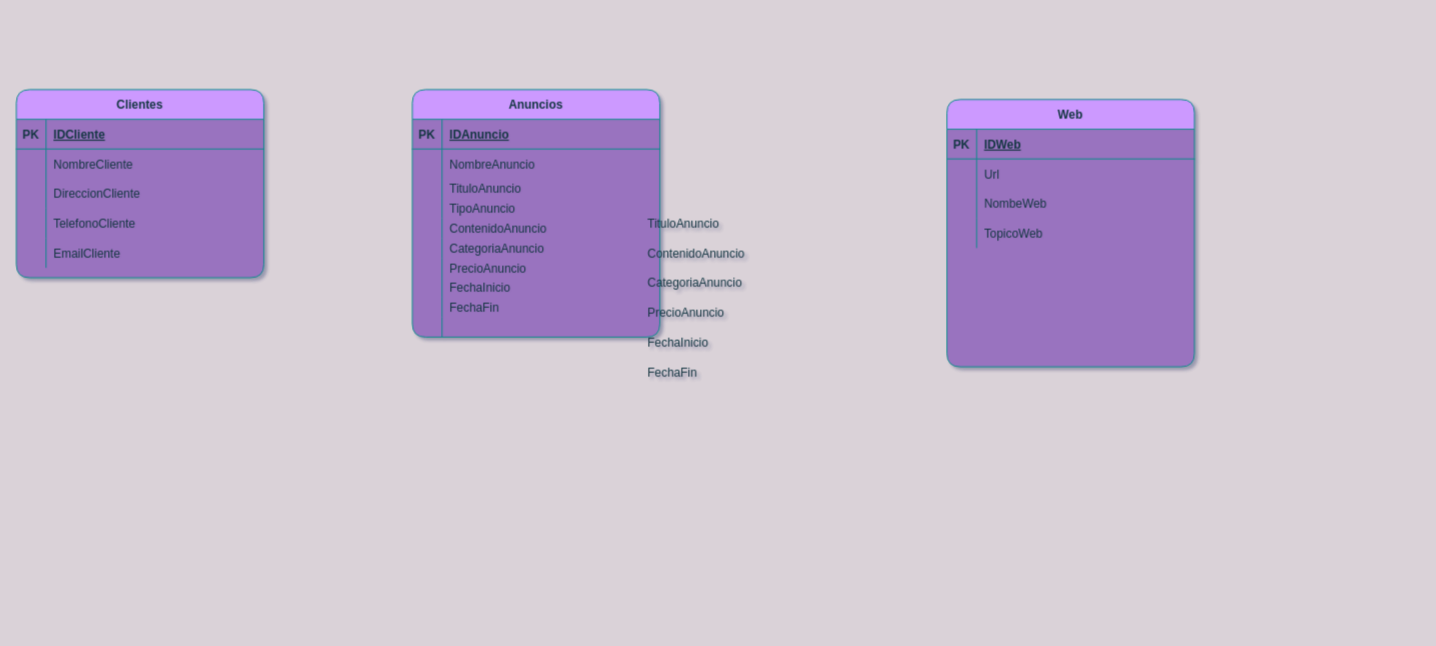
This is bases de datos/agencia web.drawio from Krono159/bases-de-datos, a draw.io file, before an edit. Source tidied: cells renumbered, new cells numbered last; positions are measured from the earlier drawing's top-left corner, leaving out a move shared by most shapes. Both pictures are drawn from the tidied source at 99%, with x=0, y=0 at pixel (16, 89).
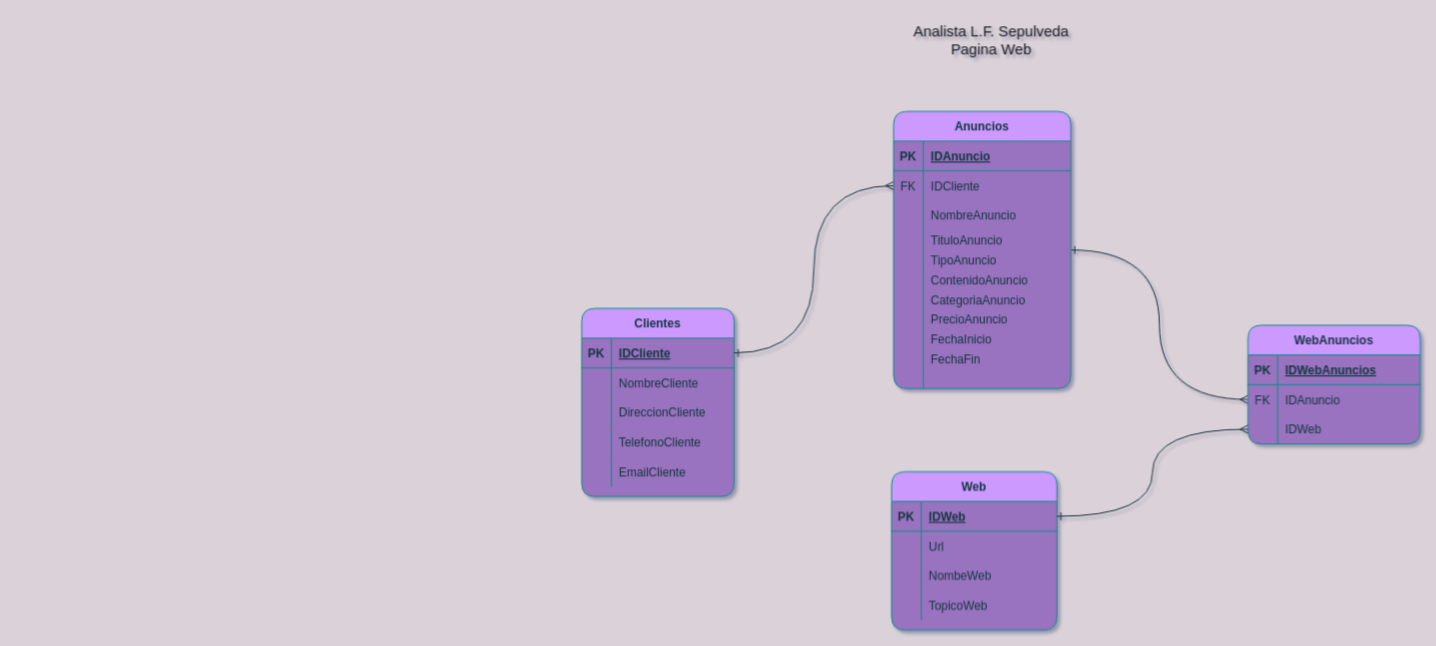
The same page after the edit.

What changed in the source:
```diff
@@
+    <mxCell id="68" style="edgeStyle=orthogonalEdgeStyle;curved=1;rounded=1;jettySize=auto;html=1;fontColor=#1A1A1A;startArrow=ERone;startFill=0;endArrow=ERmany;endFill=0;strokeColor=#182E3E;entryX=0;entryY=0.5;entryDx=0;entryDy=0;" parent="1" edge="1" source="2" target="77">
+      <mxGeometry relative="1" as="geometry" />
+    </mxCell>
     <mxCell id="2" value="Anuncios" style="shape=table;startSize=30;childLayout=tableLayout;rowLines=0;fontStyle=1;align=center;fillColor=#CC99FF;strokeColor=#0F8B8D;fontColor=#143642;rounded=1;gradientDirection=north;swimlaneFillColor=#9973BF;" parent="1" vertex="1">
-      <mxGeometry x="400" width="250" height="250" as="geometry" />
+      <mxGeometry x="886" y="22" width="179" height="280" as="geometry" />
     </mxCell>
     <mxCell id="3" style="shape=partialRectangle;fillColor=none;top=0;left=0;right=0;bottom=1;strokeColor=#0F8B8D;fontColor=#143642;rounded=1;" parent="2" vertex="1">
-      <mxGeometry y="30" width="250" height="30" as="geometry" />
+      <mxGeometry y="30" width="179" height="30" as="geometry" />
     </mxCell>
@@
     <mxCell id="5" value="IDAnuncio" style="shape=partialRectangle;overflow=hidden;fillColor=none;top=0;left=0;bottom=0;right=0;align=left;spacingLeft=6;fontStyle=5;strokeColor=#0F8B8D;fontColor=#143642;rounded=1;" parent="3" vertex="1">
-      <mxGeometry x="30" width="220" height="30" as="geometry" />
+      <mxGeometry x="30" width="149" height="30" as="geometry" />
     </mxCell>
     <mxCell id="6" style="shape=partialRectangle;fillColor=none;points=[[0,0.5],[1,0.5]];portConstraint=eastwest;top=0;left=0;right=0;bottom=0;strokeColor=#0F8B8D;fontColor=#143642;rounded=1;" parent="2" vertex="1">
-      <mxGeometry y="60" width="250" height="30" as="geometry" />
+      <mxGeometry y="60" width="179" height="30" as="geometry" />
     </mxCell>
-    <mxCell id="7" style="shape=partialRectangle;overflow=hidden;fillColor=none;top=0;left=0;bottom=0;right=0;strokeColor=#0F8B8D;fontColor=#143642;rounded=1;" parent="6" vertex="1">
+    <mxCell id="7" value="FK" style="shape=partialRectangle;overflow=hidden;fillColor=none;top=0;left=0;bottom=0;right=0;strokeColor=#0F8B8D;fontColor=#143642;rounded=1;" parent="6" vertex="1">
       <mxGeometry width="30" height="30" as="geometry" />
     </mxCell>
-    <mxCell id="8" value="NombreAnuncio" style="shape=partialRectangle;overflow=hidden;fillColor=none;top=0;left=0;bottom=0;right=0;align=left;spacingLeft=6;strokeColor=#0F8B8D;fontColor=#143642;rounded=1;" parent="6" vertex="1">
-      <mxGeometry x="30" width="220" height="30" as="geometry" />
+    <mxCell id="8" value="IDCliente" style="shape=partialRectangle;overflow=hidden;fillColor=none;top=0;left=0;bottom=0;right=0;align=left;spacingLeft=6;strokeColor=#0F8B8D;fontColor=#143642;rounded=1;" parent="6" vertex="1">
+      <mxGeometry x="30" width="149" height="30" as="geometry" />
     </mxCell>
+    <mxCell id="69" style="shape=partialRectangle;fillColor=none;top=0;left=0;right=0;bottom=0;strokeColor=#0F8B8D;fontColor=#143642;rounded=1;" parent="2" vertex="1">
+      <mxGeometry y="90" width="179" height="30" as="geometry" />
+    </mxCell>
+    <mxCell id="70" style="shape=partialRectangle;overflow=hidden;fillColor=none;top=0;left=0;bottom=0;right=0;strokeColor=#0F8B8D;fontColor=#143642;rounded=1;" parent="69" vertex="1">
+      <mxGeometry width="30" height="30" as="geometry" />
+    </mxCell>
+    <mxCell id="71" value="NombreAnuncio" style="shape=partialRectangle;overflow=hidden;fillColor=none;top=0;left=0;bottom=0;right=0;align=left;spacingLeft=6;strokeColor=#0F8B8D;fontColor=#143642;rounded=1;" parent="69" vertex="1">
+      <mxGeometry x="30" width="149" height="30" as="geometry" />
+    </mxCell>
     <mxCell id="9" style="shape=partialRectangle;fillColor=none;top=0;left=0;right=0;bottom=0;strokeColor=#0F8B8D;fontColor=#143642;rounded=1;" parent="2" vertex="1">
-      <mxGeometry y="90" width="250" height="20" as="geometry" />
+      <mxGeometry y="120" width="179" height="20" as="geometry" />
     </mxCell>
@@
     <mxCell id="11" value="TituloAnuncio    " style="shape=partialRectangle;overflow=hidden;fillColor=none;top=0;left=0;bottom=0;right=0;align=left;spacingLeft=6;strokeColor=#0F8B8D;fontColor=#143642;rounded=1;" parent="9" vertex="1">
-      <mxGeometry x="30" width="220" height="20" as="geometry" />
+      <mxGeometry x="30" width="149" height="20" as="geometry" />
     </mxCell>
     <mxCell id="12" style="shape=partialRectangle;fillColor=none;top=0;left=0;right=0;bottom=0;strokeColor=#0F8B8D;fontColor=#143642;rounded=1;" parent="2" vertex="1">
-      <mxGeometry y="110" width="250" height="20" as="geometry" />
+      <mxGeometry y="140" width="179" height="20" as="geometry" />
     </mxCell>
@@
     <mxCell id="14" value="TipoAnuncio" style="shape=partialRectangle;overflow=hidden;fillColor=none;top=0;left=0;bottom=0;right=0;align=left;spacingLeft=6;strokeColor=#0F8B8D;fontColor=#143642;rounded=1;" parent="12" vertex="1">
-      <mxGeometry x="30" width="220" height="20" as="geometry" />
+      <mxGeometry x="30" width="149" height="20" as="geometry" />
     </mxCell>
     <mxCell id="15" style="shape=partialRectangle;fillColor=none;top=0;left=0;right=0;bottom=0;strokeColor=#0F8B8D;fontColor=#143642;rounded=1;" parent="2" vertex="1">
-      <mxGeometry y="130" width="250" height="20" as="geometry" />
+      <mxGeometry y="160" width="179" height="20" as="geometry" />
     </mxCell>
@@
     <mxCell id="17" value="ContenidoAnuncio" style="shape=partialRectangle;overflow=hidden;fillColor=none;top=0;left=0;bottom=0;right=0;align=left;spacingLeft=6;strokeColor=#0F8B8D;fontColor=#143642;rounded=1;" parent="15" vertex="1">
-      <mxGeometry x="30" width="220" height="20" as="geometry" />
+      <mxGeometry x="30" width="149" height="20" as="geometry" />
     </mxCell>
     <mxCell id="18" style="shape=partialRectangle;fillColor=none;top=0;left=0;right=0;bottom=0;strokeColor=#0F8B8D;fontColor=#143642;rounded=1;" parent="2" vertex="1">
-      <mxGeometry y="150" width="250" height="20" as="geometry" />
+      <mxGeometry y="180" width="179" height="20" as="geometry" />
     </mxCell>
@@
     <mxCell id="20" value="CategoriaAnuncio" style="shape=partialRectangle;overflow=hidden;fillColor=none;top=0;left=0;bottom=0;right=0;align=left;spacingLeft=6;strokeColor=#0F8B8D;fontColor=#143642;rounded=1;" parent="18" vertex="1">
-      <mxGeometry x="30" width="220" height="20" as="geometry" />
+      <mxGeometry x="30" width="149" height="20" as="geometry" />
     </mxCell>
     <mxCell id="21" style="shape=partialRectangle;fillColor=none;top=0;left=0;right=0;bottom=0;strokeColor=#0F8B8D;fontColor=#143642;rounded=1;" parent="2" vertex="1">
-      <mxGeometry y="170" width="250" height="20" as="geometry" />
+      <mxGeometry y="200" width="179" height="20" as="geometry" />
     </mxCell>
@@
     <mxCell id="23" value="PrecioAnuncio" style="shape=partialRectangle;overflow=hidden;fillColor=none;top=0;left=0;bottom=0;right=0;align=left;spacingLeft=6;strokeColor=#0F8B8D;fontColor=#143642;rounded=1;" parent="21" vertex="1">
-      <mxGeometry x="30" width="220" height="20" as="geometry" />
+      <mxGeometry x="30" width="149" height="20" as="geometry" />
     </mxCell>
     <mxCell id="24" style="shape=partialRectangle;fillColor=none;top=0;left=0;right=0;bottom=0;strokeColor=#0F8B8D;fontColor=#143642;rounded=1;" parent="2" vertex="1">
-      <mxGeometry y="190" width="250" height="20" as="geometry" />
+      <mxGeometry y="220" width="179" height="20" as="geometry" />
     </mxCell>
@@
     <mxCell id="26" value="FechaInicio" style="shape=partialRectangle;overflow=hidden;fillColor=none;top=0;left=0;bottom=0;right=0;align=left;spacingLeft=6;strokeColor=#0F8B8D;fontColor=#143642;rounded=1;" parent="24" vertex="1">
-      <mxGeometry x="30" width="220" height="20" as="geometry" />
+      <mxGeometry x="30" width="149" height="20" as="geometry" />
     </mxCell>
     <mxCell id="27" style="shape=partialRectangle;fillColor=none;top=0;left=0;right=0;bottom=0;strokeColor=#0F8B8D;fontColor=#143642;rounded=1;" parent="2" vertex="1">
-      <mxGeometry y="210" width="250" height="20" as="geometry" />
+      <mxGeometry y="240" width="179" height="20" as="geometry" />
     </mxCell>
@@
     <mxCell id="29" value="FechaFin" style="shape=partialRectangle;overflow=hidden;fillColor=none;top=0;left=0;bottom=0;right=0;align=left;spacingLeft=6;strokeColor=#0F8B8D;fontColor=#143642;rounded=1;" parent="27" vertex="1">
-      <mxGeometry x="30" width="220" height="20" as="geometry" />
+      <mxGeometry x="30" width="149" height="20" as="geometry" />
     </mxCell>
     <mxCell id="30" style="shape=partialRectangle;fillColor=none;top=0;left=0;right=0;bottom=0;strokeColor=#0F8B8D;fontColor=#143642;rounded=1;" parent="2" vertex="1">
-      <mxGeometry y="230" width="250" height="20" as="geometry" />
+      <mxGeometry y="260" width="179" height="20" as="geometry" />
     </mxCell>
@@
     <mxCell id="32" style="shape=partialRectangle;overflow=hidden;fillColor=none;top=0;left=0;bottom=0;right=0;align=left;spacingLeft=6;strokeColor=#0F8B8D;fontColor=#143642;rounded=1;" parent="30" vertex="1">
-      <mxGeometry x="30" width="220" height="20" as="geometry" />
+      <mxGeometry x="30" width="149" height="20" as="geometry" />
     </mxCell>
     <mxCell id="33" value="Web" style="shape=table;startSize=30;childLayout=tableLayout;rowLines=0;fontStyle=1;align=center;fillColor=#CC99FF;strokeColor=#0F8B8D;fontColor=#143642;rounded=1;swimlaneFillColor=#9973BF;" parent="1" vertex="1">
-      <mxGeometry x="940" y="10" width="250" height="270" as="geometry" />
+      <mxGeometry x="884" y="386" width="167" height="160" as="geometry" />
     </mxCell>
     <mxCell id="34" style="shape=partialRectangle;fillColor=none;points=[[0,0.5],[1,0.5]];portConstraint=eastwest;top=0;left=0;right=0;bottom=1;strokeColor=#0F8B8D;fontColor=#143642;rounded=1;" parent="33" vertex="1">
-      <mxGeometry y="30" width="250" height="30" as="geometry" />
+      <mxGeometry y="30" width="167" height="30" as="geometry" />
     </mxCell>
@@
     <mxCell id="36" value="IDWeb" style="shape=partialRectangle;overflow=hidden;fillColor=none;top=0;left=0;bottom=0;right=0;align=left;spacingLeft=6;fontStyle=5;strokeColor=#0F8B8D;fontColor=#143642;rounded=1;" parent="34" vertex="1">
-      <mxGeometry x="30" width="220" height="30" as="geometry" />
+      <mxGeometry x="30" width="137" height="30" as="geometry" />
     </mxCell>
     <mxCell id="37" style="shape=partialRectangle;fillColor=none;top=0;left=0;right=0;bottom=0;strokeColor=#0F8B8D;fontColor=#143642;rounded=1;" parent="33" vertex="1">
-      <mxGeometry y="60" width="250" height="30" as="geometry" />
+      <mxGeometry y="60" width="167" height="30" as="geometry" />
     </mxCell>
@@
     <mxCell id="39" value="Url    " style="shape=partialRectangle;overflow=hidden;fillColor=none;top=0;left=0;bottom=0;right=0;align=left;spacingLeft=6;strokeColor=#0F8B8D;fontColor=#143642;rounded=1;" parent="37" vertex="1">
-      <mxGeometry x="30" width="220" height="30" as="geometry" />
+      <mxGeometry x="30" width="137" height="30" as="geometry" />
     </mxCell>
     <mxCell id="40" style="shape=partialRectangle;fillColor=none;top=0;left=0;right=0;bottom=0;strokeColor=#0F8B8D;fontColor=#143642;rounded=1;" parent="33" vertex="1">
-      <mxGeometry y="90" width="250" height="30" as="geometry" />
+      <mxGeometry y="90" width="167" height="30" as="geometry" />
     </mxCell>
@@
     <mxCell id="42" value="NombeWeb    " style="shape=partialRectangle;overflow=hidden;fillColor=none;top=0;left=0;bottom=0;right=0;align=left;spacingLeft=6;strokeColor=#0F8B8D;fontColor=#143642;rounded=1;" parent="40" vertex="1">
-      <mxGeometry x="30" width="220" height="30" as="geometry" />
+      <mxGeometry x="30" width="137" height="30" as="geometry" />
     </mxCell>
     <mxCell id="43" style="shape=partialRectangle;fillColor=none;top=0;left=0;right=0;bottom=0;strokeColor=#0F8B8D;fontColor=#143642;rounded=1;" parent="33" vertex="1">
-      <mxGeometry y="120" width="250" height="30" as="geometry" />
+      <mxGeometry y="120" width="167" height="30" as="geometry" />
     </mxCell>
@@
     <mxCell id="45" value="TopicoWeb" style="shape=partialRectangle;overflow=hidden;fillColor=none;top=0;left=0;bottom=0;right=0;align=left;spacingLeft=6;strokeColor=#0F8B8D;fontColor=#143642;rounded=1;" parent="43" vertex="1">
-      <mxGeometry x="30" width="220" height="30" as="geometry" />
+      <mxGeometry x="30" width="137" height="30" as="geometry" />
     </mxCell>
     <mxCell id="46" value="Clientes" style="shape=table;startSize=30;childLayout=tableLayout;rowLines=0;fontStyle=1;align=center;fillColor=#CC99FF;strokeColor=#0F8B8D;fontColor=#143642;rounded=1;swimlaneFillColor=#9973BF;" parent="1" vertex="1">
-      <mxGeometry width="250" height="190" as="geometry" />
+      <mxGeometry x="571" y="221" width="154" height="190" as="geometry" />
     </mxCell>
     <mxCell id="47" style="shape=partialRectangle;fillColor=none;points=[[0,0.5],[1,0.5]];portConstraint=eastwest;top=0;left=0;right=0;bottom=1;strokeColor=#0F8B8D;fontColor=#143642;rounded=1;" parent="46" vertex="1">
-      <mxGeometry y="30" width="250" height="30" as="geometry" />
+      <mxGeometry y="30" width="154" height="30" as="geometry" />
     </mxCell>
@@
     <mxCell id="49" value="IDCliente" style="shape=partialRectangle;overflow=hidden;fillColor=none;top=0;left=0;bottom=0;right=0;align=left;spacingLeft=6;fontStyle=5;strokeColor=#0F8B8D;fontColor=#143642;rounded=1;" parent="47" vertex="1">
-      <mxGeometry x="30" width="220" height="30" as="geometry" />
+      <mxGeometry x="30" width="124" height="30" as="geometry" />
     </mxCell>
     <mxCell id="50" style="shape=partialRectangle;fillColor=none;top=0;left=0;right=0;bottom=0;strokeColor=#0F8B8D;fontColor=#143642;rounded=1;" parent="46" vertex="1">
-      <mxGeometry y="60" width="250" height="30" as="geometry" />
+      <mxGeometry y="60" width="154" height="30" as="geometry" />
     </mxCell>
@@
     <mxCell id="52" value="NombreCliente    " style="shape=partialRectangle;overflow=hidden;fillColor=none;top=0;left=0;bottom=0;right=0;align=left;spacingLeft=6;strokeColor=#0F8B8D;fontColor=#143642;rounded=1;" parent="50" vertex="1">
-      <mxGeometry x="30" width="220" height="30" as="geometry" />
+      <mxGeometry x="30" width="124" height="30" as="geometry" />
     </mxCell>
     <mxCell id="53" style="shape=partialRectangle;fillColor=none;top=0;left=0;right=0;bottom=0;strokeColor=#0F8B8D;fontColor=#143642;rounded=1;" parent="46" vertex="1">
-      <mxGeometry y="90" width="250" height="30" as="geometry" />
+      <mxGeometry y="90" width="154" height="30" as="geometry" />
     </mxCell>
@@
     <mxCell id="55" value="DireccionCliente" style="shape=partialRectangle;overflow=hidden;fillColor=none;top=0;left=0;bottom=0;right=0;align=left;spacingLeft=6;strokeColor=#0F8B8D;fontColor=#143642;rounded=1;" parent="53" vertex="1">
-      <mxGeometry x="30" width="220" height="30" as="geometry" />
+      <mxGeometry x="30" width="124" height="30" as="geometry" />
     </mxCell>
     <mxCell id="56" style="shape=partialRectangle;fillColor=none;top=0;left=0;right=0;bottom=0;strokeColor=#0F8B8D;fontColor=#143642;rounded=1;" parent="46" vertex="1">
-      <mxGeometry y="120" width="250" height="30" as="geometry" />
+      <mxGeometry y="120" width="154" height="30" as="geometry" />
     </mxCell>
@@
     <mxCell id="58" value="TelefonoCliente" style="shape=partialRectangle;overflow=hidden;fillColor=none;top=0;left=0;bottom=0;right=0;align=left;spacingLeft=6;strokeColor=#0F8B8D;fontColor=#143642;rounded=1;" parent="56" vertex="1">
-      <mxGeometry x="30" width="220" height="30" as="geometry" />
+      <mxGeometry x="30" width="124" height="30" as="geometry" />
     </mxCell>
     <mxCell id="59" style="shape=partialRectangle;fillColor=none;top=0;left=0;right=0;bottom=0;strokeColor=#0F8B8D;fontColor=#143642;rounded=1;" parent="46" vertex="1">
-      <mxGeometry y="150" width="250" height="30" as="geometry" />
+      <mxGeometry y="150" width="154" height="30" as="geometry" />
     </mxCell>
@@
     <mxCell id="61" value="EmailCliente" style="shape=partialRectangle;overflow=hidden;fillColor=none;top=0;left=0;bottom=0;right=0;align=left;spacingLeft=6;strokeColor=#0F8B8D;fontColor=#143642;rounded=1;" parent="59" vertex="1">
-      <mxGeometry x="30" width="220" height="30" as="geometry" />
+      <mxGeometry x="30" width="124" height="30" as="geometry" />
     </mxCell>
-    <mxCell id="62" value="TituloAnuncio" style="shape=partialRectangle;overflow=hidden;fillColor=none;top=0;left=0;bottom=0;right=0;align=left;spacingLeft=6;strokeColor=#0F8B8D;fontColor=#143642;rounded=1;" parent="1" vertex="1">
-      <mxGeometry x="630" y="120" width="220" height="30" as="geometry" />
-    </mxCell>
-    <mxCell id="63" value="ContenidoAnuncio" style="shape=partialRectangle;overflow=hidden;fillColor=none;top=0;left=0;bottom=0;right=0;align=left;spacingLeft=6;strokeColor=#0F8B8D;fontColor=#143642;rounded=1;" parent="1" vertex="1">
-      <mxGeometry x="630" y="150" width="220" height="30" as="geometry" />
-    </mxCell>
-    <mxCell id="64" value="CategoriaAnuncio" style="shape=partialRectangle;overflow=hidden;fillColor=none;top=0;left=0;bottom=0;right=0;align=left;spacingLeft=6;strokeColor=#0F8B8D;fontColor=#143642;rounded=1;" parent="1" vertex="1">
-      <mxGeometry x="630" y="180" width="220" height="30" as="geometry" />
-    </mxCell>
-    <mxCell id="65" value="PrecioAnuncio" style="shape=partialRectangle;overflow=hidden;fillColor=none;top=0;left=0;bottom=0;right=0;align=left;spacingLeft=6;strokeColor=#0F8B8D;fontColor=#143642;rounded=1;" parent="1" vertex="1">
-      <mxGeometry x="630" y="210" width="220" height="30" as="geometry" />
-    </mxCell>
-    <mxCell id="66" value="FechaInicio" style="shape=partialRectangle;overflow=hidden;fillColor=none;top=0;left=0;bottom=0;right=0;align=left;spacingLeft=6;strokeColor=#0F8B8D;fontColor=#143642;rounded=1;" parent="1" vertex="1">
-      <mxGeometry x="630" y="240" width="220" height="30" as="geometry" />
-    </mxCell>
-    <mxCell id="67" value="FechaFin" style="shape=partialRectangle;overflow=hidden;fillColor=none;top=0;left=0;bottom=0;right=0;align=left;spacingLeft=6;strokeColor=#0F8B8D;fontColor=#143642;rounded=1;" parent="1" vertex="1">
-      <mxGeometry x="630" y="270" width="220" height="30" as="geometry" />
-    </mxCell>
+    <mxCell id="72" style="edgeStyle=orthogonalEdgeStyle;curved=1;rounded=1;jettySize=auto;html=1;fontColor=#1A1A1A;strokeColor=#182E3E;entryX=0;entryY=0.5;entryDx=0;entryDy=0;startArrow=ERone;startFill=0;endArrow=ERmany;endFill=0;" parent="1" edge="1" source="47" target="6">
+      <mxGeometry relative="1" as="geometry" />
+    </mxCell>
+    <mxCell id="73" value="WebAnuncios" style="shape=table;startSize=30;childLayout=tableLayout;rowLines=0;fontStyle=1;align=center;fillColor=#CC99FF;strokeColor=#0F8B8D;fontColor=#143642;rounded=1;gradientDirection=north;swimlaneFillColor=#9973BF;" parent="1" vertex="1">
+      <mxGeometry x="1244" y="238" width="174" height="120" as="geometry" />
+    </mxCell>
+    <mxCell id="74" style="shape=partialRectangle;fillColor=none;top=0;left=0;right=0;bottom=1;strokeColor=#0F8B8D;fontColor=#143642;rounded=1;" parent="73" vertex="1">
+      <mxGeometry y="30" width="174" height="30" as="geometry" />
+    </mxCell>
+    <mxCell id="75" value="PK" style="shape=partialRectangle;overflow=hidden;fillColor=none;top=0;left=0;bottom=0;right=0;fontStyle=1;strokeColor=#0F8B8D;fontColor=#143642;rounded=1;" parent="74" vertex="1">
+      <mxGeometry width="30" height="30" as="geometry" />
+    </mxCell>
+    <mxCell id="76" value="IDWebAnuncios" style="shape=partialRectangle;overflow=hidden;fillColor=none;top=0;left=0;bottom=0;right=0;align=left;spacingLeft=6;fontStyle=5;strokeColor=#0F8B8D;fontColor=#143642;rounded=1;" parent="74" vertex="1">
+      <mxGeometry x="30" width="144" height="30" as="geometry" />
+    </mxCell>
+    <mxCell id="77" style="shape=partialRectangle;fillColor=none;points=[[0,0.5],[1,0.5]];portConstraint=eastwest;top=0;left=0;right=0;bottom=0;strokeColor=#0F8B8D;fontColor=#143642;rounded=1;" parent="73" vertex="1">
+      <mxGeometry y="60" width="174" height="30" as="geometry" />
+    </mxCell>
+    <mxCell id="78" value="FK" style="shape=partialRectangle;overflow=hidden;fillColor=none;top=0;left=0;bottom=0;right=0;strokeColor=#0F8B8D;fontColor=#143642;rounded=1;" parent="77" vertex="1">
+      <mxGeometry width="30" height="30" as="geometry" />
+    </mxCell>
+    <mxCell id="79" value="IDAnuncio" style="shape=partialRectangle;overflow=hidden;fillColor=none;top=0;left=0;bottom=0;right=0;align=left;spacingLeft=6;strokeColor=#0F8B8D;fontColor=#143642;rounded=1;" parent="77" vertex="1">
+      <mxGeometry x="30" width="144" height="30" as="geometry" />
+    </mxCell>
+    <mxCell id="80" style="shape=partialRectangle;fillColor=none;points=[[0,0.5],[1,0.5]];portConstraint=eastwest;top=0;left=0;right=0;bottom=0;strokeColor=#0F8B8D;fontColor=#143642;rounded=1;" parent="73" vertex="1">
+      <mxGeometry y="90" width="174" height="30" as="geometry" />
+    </mxCell>
+    <mxCell id="81" style="shape=partialRectangle;overflow=hidden;fillColor=none;top=0;left=0;bottom=0;right=0;strokeColor=#0F8B8D;fontColor=#143642;rounded=1;" parent="80" vertex="1">
+      <mxGeometry width="30" height="30" as="geometry" />
+    </mxCell>
+    <mxCell id="82" value="IDWeb" style="shape=partialRectangle;overflow=hidden;fillColor=none;top=0;left=0;bottom=0;right=0;align=left;spacingLeft=6;strokeColor=#0F8B8D;fontColor=#143642;rounded=1;" parent="80" vertex="1">
+      <mxGeometry x="30" width="144" height="30" as="geometry" />
+    </mxCell>
+    <mxCell id="83" style="edgeStyle=orthogonalEdgeStyle;curved=1;rounded=1;jettySize=auto;html=1;entryX=0;entryY=0.5;entryDx=0;entryDy=0;fontColor=#1A1A1A;startArrow=ERone;startFill=0;endArrow=ERmany;endFill=0;strokeColor=#182E3E;" parent="1" edge="1" source="34" target="80">
+      <mxGeometry relative="1" as="geometry" />
+    </mxCell>
+    <mxCell id="84" value="Analista L.F. Sepulveda&#10;Pagina Web&#10;" style="text;strokeColor=none;fillColor=none;spacingLeft=4;spacingRight=4;overflow=hidden;fontSize=15;rounded=1;fontColor=#1A1A1A;align=center;" parent="1" vertex="1">
+      <mxGeometry x="630" y="-74" width="710" height="70" as="geometry" />
+    </mxCell>
```
